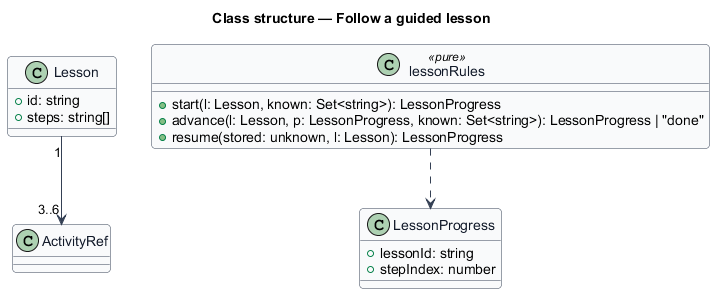
This is docs/detailed-designs/lessons/guided-lesson/diagrams/class.png from QuinntyneBrown/pibbo, a PlantUML export, as it was before one commit. The source it was exported from:
```plantuml
@startuml
skinparam backgroundColor #FFFFFF
skinparam shadowing false
skinparam roundcorner 8
skinparam defaultFontName Arial
skinparam ArrowColor #344054
skinparam class {
  BorderColor #344054
  FontColor #101828
  BackgroundColor #F9FAFB
}
title Class structure — Follow a guided lesson

class Lesson {
  +id: string
  +steps: string[]
}
class LessonProgress {
  +lessonId: string
  +stepIndex: number
}
class lessonRules <<pure>> {
  +start(l: Lesson, known: Set<string>): LessonProgress
  +advance(l: Lesson, p: LessonProgress, known: Set<string>): LessonProgress | "done"
  +resume(stored: unknown, l: Lesson): LessonProgress
}
Lesson "1" --> "3..6" ActivityRef
lessonRules ..> LessonProgress
@enduml
```
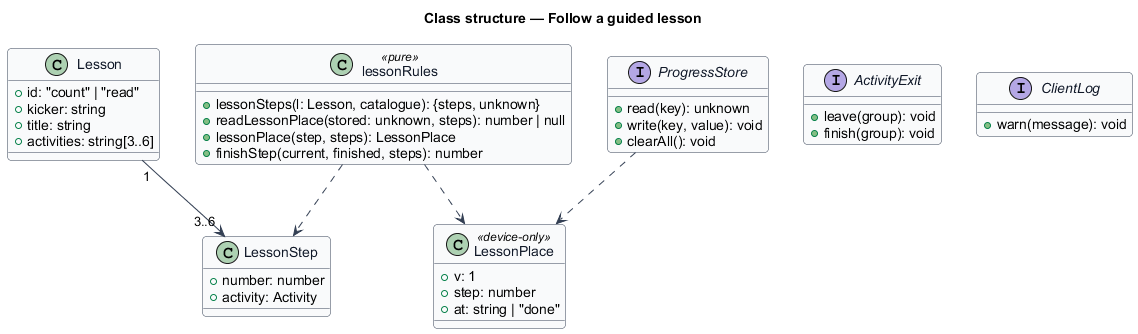
The same diagram one commit later.

Diff of the diagram source:
```diff
@@ -12,18 +12,40 @@
 title Class structure — Follow a guided lesson
 
 class Lesson {
-  +id: string
-  +steps: string[]
+  +id: "count" | "read"
+  +kicker: string
+  +title: string
+  +activities: string[3..6]
 }
-class LessonProgress {
-  +lessonId: string
-  +stepIndex: number
+class LessonStep {
+  +number: number
+  +activity: Activity
+}
+class LessonPlace <<device-only>> {
+  +v: 1
+  +step: number
+  +at: string | "done"
 }
 class lessonRules <<pure>> {
-  +start(l: Lesson, known: Set<string>): LessonProgress
-  +advance(l: Lesson, p: LessonProgress, known: Set<string>): LessonProgress | "done"
-  +resume(stored: unknown, l: Lesson): LessonProgress
+  +lessonSteps(l: Lesson, catalogue): {steps, unknown}
+  +readLessonPlace(stored: unknown, steps): number | null
+  +lessonPlace(step, steps): LessonPlace
+  +finishStep(current, finished, steps): number
 }
-Lesson "1" --> "3..6" ActivityRef
-lessonRules ..> LessonProgress
+interface ProgressStore {
+  +read(key): unknown
+  +write(key, value): void
+  +clearAll(): void
+}
+interface ActivityExit {
+  +leave(group): void
+  +finish(group): void
+}
+interface ClientLog {
+  +warn(message): void
+}
+Lesson "1" --> "3..6" LessonStep
+lessonRules ..> LessonPlace
+lessonRules ..> LessonStep
+ProgressStore ..> LessonPlace
 @enduml
```
